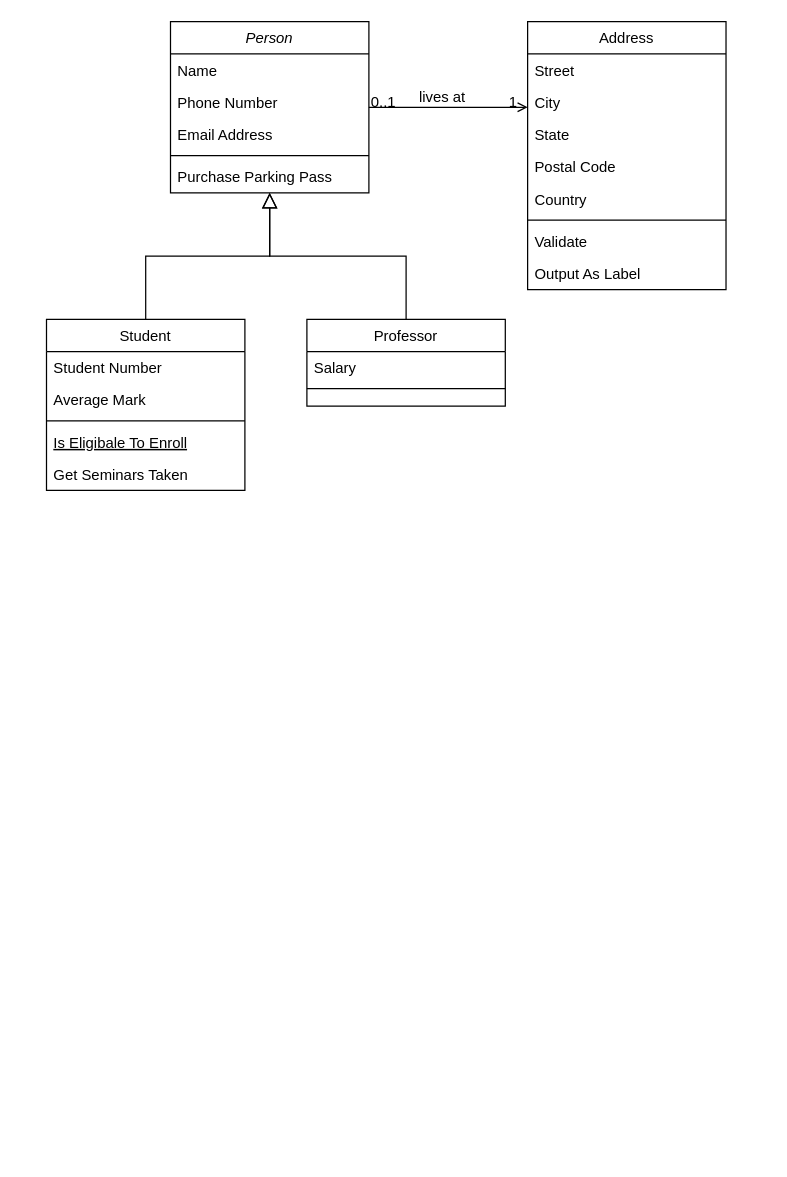
maclxf/ProjectDraw keeps this draw.io diagram as Edockey/ApiDoc.drawio. Above is the earlier version. Source tidied: cells renumbered, new cells numbered last; positions are measured from the earlier drawing's top-left corner, leaving out a move shared by most shapes. Both pictures are drawn from the tidied source at 124%, with x=0, y=0 at pixel (46, 21).
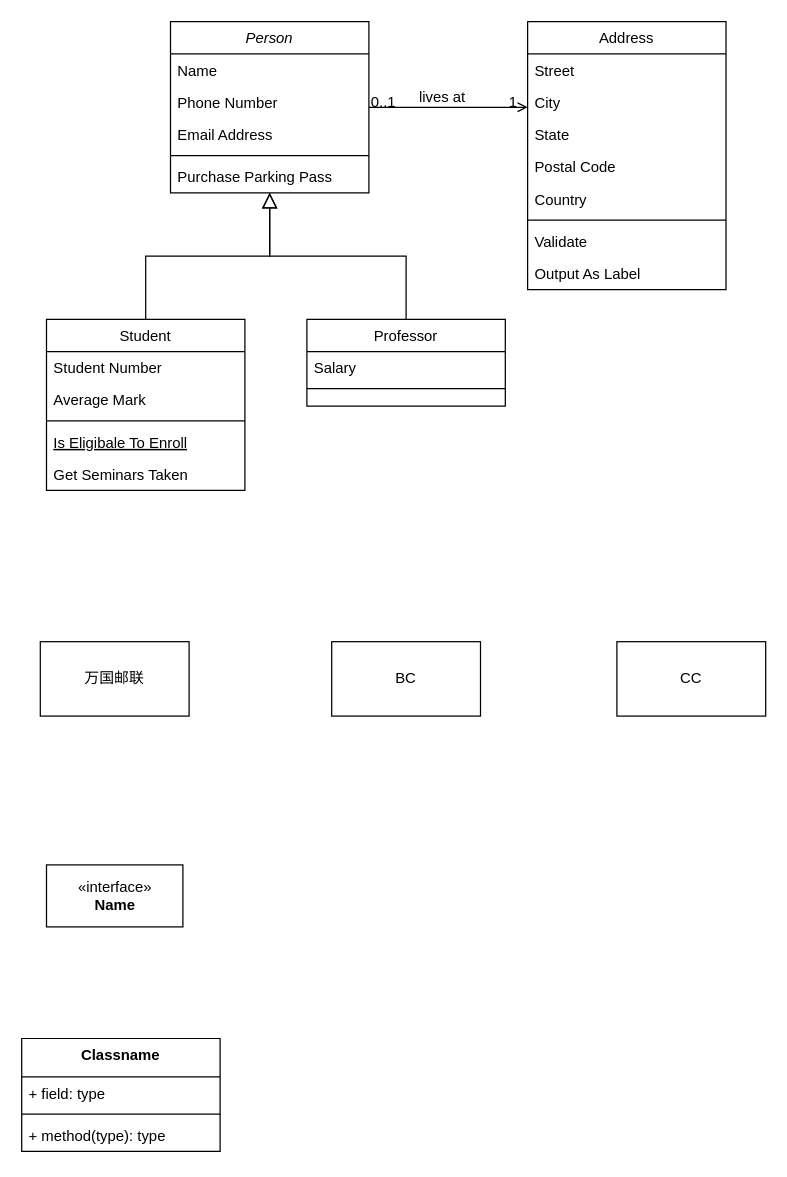
The same page after the edit.

The edit, as a diff of the source:
```diff
@@
+    <mxCell id="32" value="Classname" style="swimlane;fontStyle=1;align=center;verticalAlign=top;horizontal=1;startSize=31;" parent="1" vertex="1">
+      <mxGeometry x="-20" y="820" width="160" height="91" as="geometry" />
+    </mxCell>
+    <mxCell id="33" value="+ field: type" style="text;strokeColor=none;fillColor=none;align=left;verticalAlign=top;spacingLeft=4;spacingRight=4;overflow=hidden;" parent="32" vertex="1">
+      <mxGeometry y="31" width="160" height="26" as="geometry" />
+    </mxCell>
+    <mxCell id="34" style="line;strokeWidth=1;fillColor=none;align=left;verticalAlign=middle;spacingTop=-1;spacingLeft=3;spacingRight=3;labelPosition=right;" parent="32" vertex="1">
+      <mxGeometry y="57" width="160" height="8" as="geometry" />
+    </mxCell>
+    <mxCell id="35" value="+ method(type): type" style="text;strokeColor=none;fillColor=none;align=left;verticalAlign=top;spacingLeft=4;spacingRight=4;overflow=hidden;" parent="32" vertex="1">
+      <mxGeometry y="65" width="160" height="26" as="geometry" />
+    </mxCell>
+    <mxCell id="36" value="&amp;laquo;interface&amp;raquo;&lt;br&gt;&lt;b&gt;Name&lt;/b&gt;" style="html=1;" parent="1" vertex="1">
+      <mxGeometry y="680" width="110" height="50" as="geometry" />
+    </mxCell>
+    <mxCell id="37" value="BC" style="rounded=0;whiteSpace=wrap;html=1;" parent="1" vertex="1">
+      <mxGeometry x="230" y="500" width="120" height="60" as="geometry" />
+    </mxCell>
+    <mxCell id="38" value="CC" style="rounded=0;whiteSpace=wrap;html=1;" parent="1" vertex="1">
+      <mxGeometry x="460" y="500" width="120" height="60" as="geometry" />
+    </mxCell>
+    <mxCell id="39" value="万国邮联" style="rounded=0;whiteSpace=wrap;html=1;" parent="1" vertex="1">
+      <mxGeometry x="-5" y="500" width="120" height="60" as="geometry" />
+    </mxCell>
```
